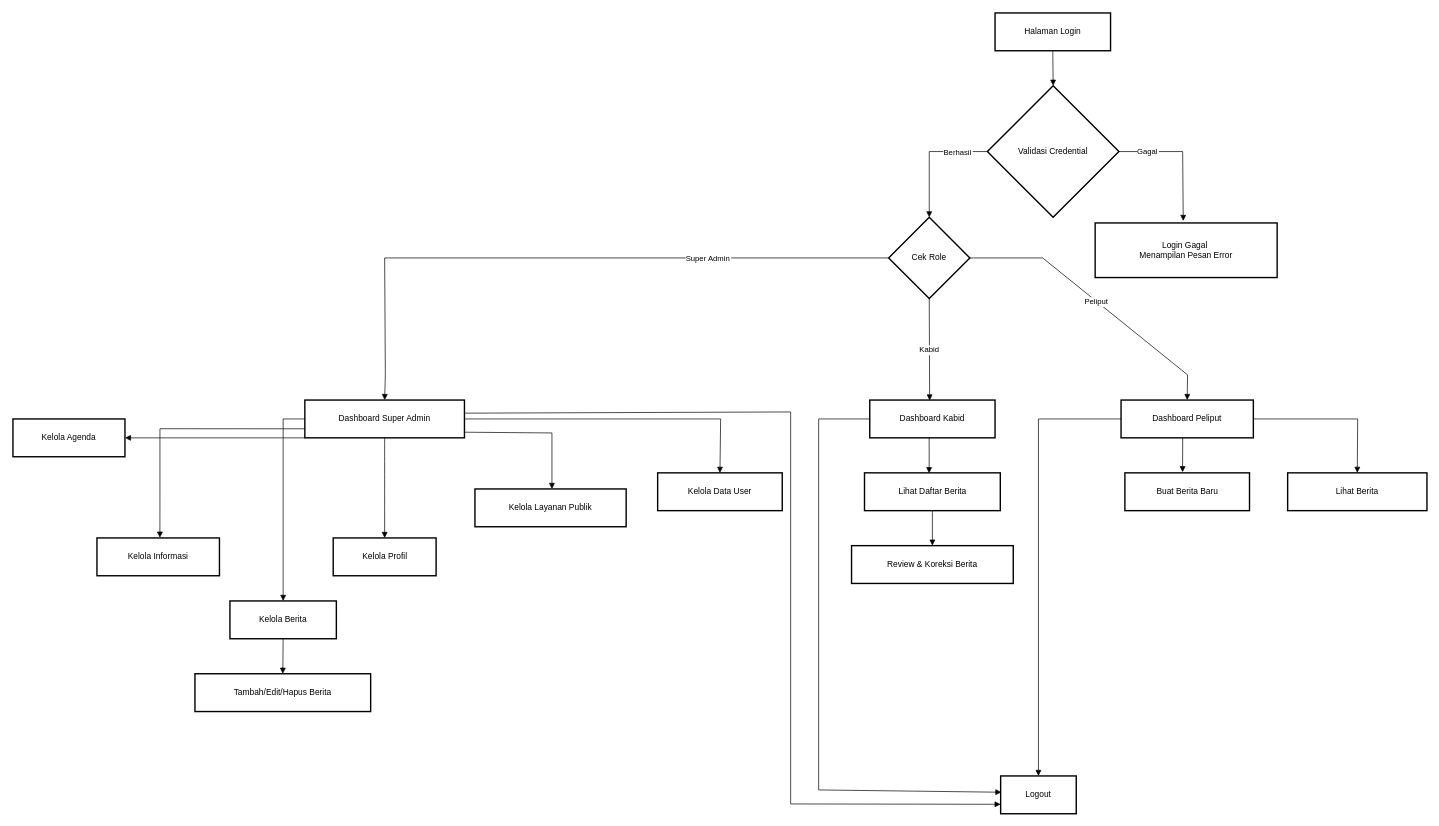
Above: Untitled Diagram.drawio in rifdahumay/websitekotapariaman (draw.io), before the change. Source tidied: cells renumbered, new cells numbered last; positions are measured from the earlier drawing's top-left corner, leaving out a move shared by most shapes. Both pictures are drawn from the tidied source at 70%, with x=0, y=0 at pixel (13, 13).
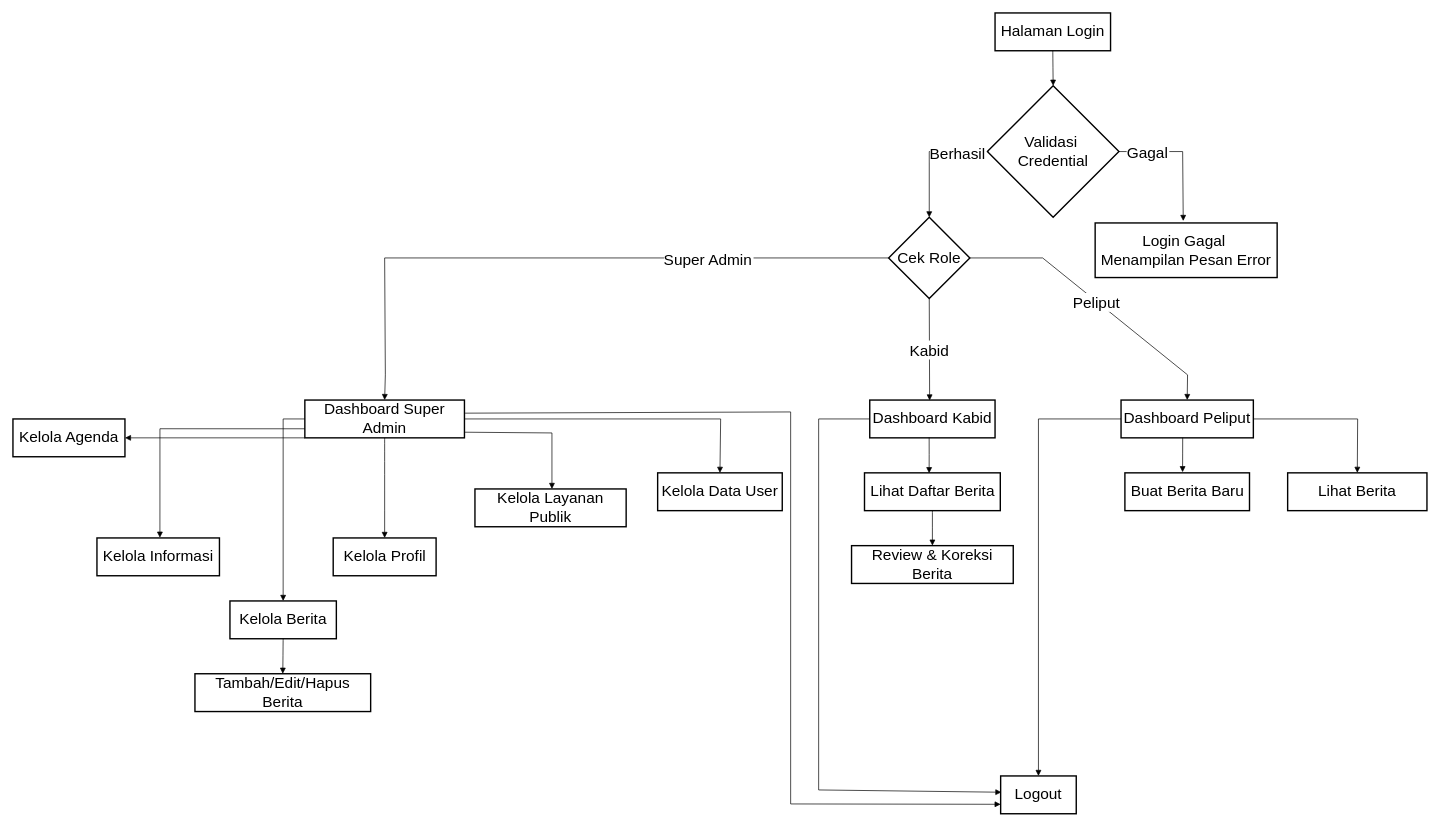
Above is the later version.

What changed in the source:
```diff
@@
-    <mxCell id="2" value="Halaman Login" style="whiteSpace=wrap;strokeWidth=2;" parent="1" vertex="1">
+    <mxCell id="2" value="Halaman Login" style="whiteSpace=wrap;strokeWidth=2;fontSize=22;" parent="1" vertex="1">
       <mxGeometry x="1403" width="165" height="54" as="geometry" />
     </mxCell>
-    <mxCell id="3" value="Validasi Credential" style="rhombus;strokeWidth=2;whiteSpace=wrap;" parent="1" vertex="1">
+    <mxCell id="3" value="Validasi &#10;Credential" style="rhombus;strokeWidth=2;whiteSpace=wrap;fontSize=22;" parent="1" vertex="1">
       <mxGeometry x="1392" y="104" width="188" height="188" as="geometry" />
     </mxCell>
-    <mxCell id="4" value="Cek Role" style="rhombus;strokeWidth=2;whiteSpace=wrap;" parent="1" vertex="1">
+    <mxCell id="4" value="Cek Role" style="rhombus;strokeWidth=2;whiteSpace=wrap;fontSize=22;" parent="1" vertex="1">
       <mxGeometry x="1251" y="292" width="116" height="116" as="geometry" />
     </mxCell>
-    <mxCell id="5" value="Login Gagal &#10;Menampilan Pesan Error" style="whiteSpace=wrap;strokeWidth=2;" parent="1" vertex="1">
+    <mxCell id="5" value="Login Gagal &#10;Menampilan Pesan Error" style="whiteSpace=wrap;strokeWidth=2;fontSize=22;" parent="1" vertex="1">
       <mxGeometry x="1546" y="300" width="260" height="78" as="geometry" />
     </mxCell>
-    <mxCell id="6" value="Dashboard Super Admin" style="whiteSpace=wrap;strokeWidth=2;" parent="1" vertex="1">
+    <mxCell id="6" value="Dashboard Super Admin" style="whiteSpace=wrap;strokeWidth=2;fontSize=22;" parent="1" vertex="1">
       <mxGeometry x="417" y="553" width="228" height="54" as="geometry" />
     </mxCell>
-    <mxCell id="7" value="Dashboard Kabid" style="whiteSpace=wrap;strokeWidth=2;" parent="1" vertex="1">
+    <mxCell id="7" value="Dashboard Kabid" style="whiteSpace=wrap;strokeWidth=2;fontSize=22;" parent="1" vertex="1">
       <mxGeometry x="1224" y="553" width="179" height="54" as="geometry" />
     </mxCell>
-    <mxCell id="8" value="Dashboard Peliput" style="whiteSpace=wrap;strokeWidth=2;" parent="1" vertex="1">
+    <mxCell id="8" value="Dashboard Peliput" style="whiteSpace=wrap;strokeWidth=2;fontSize=22;" parent="1" vertex="1">
       <mxGeometry x="1583" y="553" width="189" height="54" as="geometry" />
     </mxCell>
-    <mxCell id="9" value="Kelola Berita" style="whiteSpace=wrap;strokeWidth=2;" parent="1" vertex="1">
+    <mxCell id="9" value="Kelola Berita" style="whiteSpace=wrap;strokeWidth=2;fontSize=22;" parent="1" vertex="1">
       <mxGeometry x="310" y="840" width="152" height="54" as="geometry" />
     </mxCell>
-    <mxCell id="10" value="Kelola Informasi" style="whiteSpace=wrap;strokeWidth=2;" parent="1" vertex="1">
+    <mxCell id="10" value="Kelola Informasi" style="whiteSpace=wrap;strokeWidth=2;fontSize=22;" parent="1" vertex="1">
       <mxGeometry x="120" y="750" width="175" height="54" as="geometry" />
     </mxCell>
-    <mxCell id="11" value="Kelola Agenda" style="whiteSpace=wrap;strokeWidth=2;" parent="1" vertex="1">
+    <mxCell id="11" value="Kelola Agenda" style="whiteSpace=wrap;strokeWidth=2;fontSize=22;" parent="1" vertex="1">
       <mxGeometry y="580" width="160" height="54" as="geometry" />
     </mxCell>
-    <mxCell id="12" value="Kelola Profil" style="whiteSpace=wrap;strokeWidth=2;" parent="1" vertex="1">
+    <mxCell id="12" value="Kelola Profil" style="whiteSpace=wrap;strokeWidth=2;fontSize=22;" parent="1" vertex="1">
       <mxGeometry x="457.5" y="750" width="147" height="54" as="geometry" />
     </mxCell>
-    <mxCell id="13" value="Kelola Layanan Publik" style="whiteSpace=wrap;strokeWidth=2;" parent="1" vertex="1">
+    <mxCell id="13" value="Kelola Layanan Publik" style="whiteSpace=wrap;strokeWidth=2;fontSize=22;" parent="1" vertex="1">
       <mxGeometry x="660" y="680" width="216" height="54" as="geometry" />
     </mxCell>
-    <mxCell id="14" value="Kelola Data User" style="whiteSpace=wrap;strokeWidth=2;" parent="1" vertex="1">
+    <mxCell id="14" value="Kelola Data User" style="whiteSpace=wrap;strokeWidth=2;fontSize=22;" parent="1" vertex="1">
       <mxGeometry x="921" y="657" width="178" height="54" as="geometry" />
     </mxCell>
-    <mxCell id="15" value="Tambah/Edit/Hapus Berita" style="whiteSpace=wrap;strokeWidth=2;" parent="1" vertex="1">
+    <mxCell id="15" value="Tambah/Edit/Hapus Berita" style="whiteSpace=wrap;strokeWidth=2;fontSize=22;" parent="1" vertex="1">
       <mxGeometry x="260" y="944" width="251" height="54" as="geometry" />
     </mxCell>
-    <mxCell id="16" value="Lihat Daftar Berita" style="whiteSpace=wrap;strokeWidth=2;" parent="1" vertex="1">
+    <mxCell id="16" value="Lihat Daftar Berita" style="whiteSpace=wrap;strokeWidth=2;fontSize=22;" parent="1" vertex="1">
       <mxGeometry x="1216.5" y="657" width="194" height="54" as="geometry" />
     </mxCell>
-    <mxCell id="17" value="Review &amp; Koreksi Berita" style="whiteSpace=wrap;strokeWidth=2;" parent="1" vertex="1">
+    <mxCell id="17" value="Review &amp; Koreksi Berita" style="whiteSpace=wrap;strokeWidth=2;fontSize=22;" parent="1" vertex="1">
       <mxGeometry x="1198" y="761" width="231" height="54" as="geometry" />
     </mxCell>
-    <mxCell id="18" value="Buat Berita Baru" style="whiteSpace=wrap;strokeWidth=2;" parent="1" vertex="1">
+    <mxCell id="18" value="Buat Berita Baru" style="whiteSpace=wrap;strokeWidth=2;fontSize=22;" parent="1" vertex="1">
       <mxGeometry x="1588.5" y="657" width="178" height="54" as="geometry" />
     </mxCell>
-    <mxCell id="19" value="Lihat Berita" style="whiteSpace=wrap;strokeWidth=2;" parent="1" vertex="1">
+    <mxCell id="19" value="Lihat Berita" style="whiteSpace=wrap;strokeWidth=2;fontSize=22;" parent="1" vertex="1">
       <mxGeometry x="1821" y="657" width="199" height="54" as="geometry" />
     </mxCell>
-    <mxCell id="20" value="Logout" style="whiteSpace=wrap;strokeWidth=2;" parent="1" vertex="1">
+    <mxCell id="20" value="Logout" style="whiteSpace=wrap;strokeWidth=2;fontSize=22;" parent="1" vertex="1">
       <mxGeometry x="1411" y="1090" width="108" height="54" as="geometry" />
     </mxCell>
-    <mxCell id="21" style="curved=1;startArrow=none;endArrow=block;exitX=0.5;exitY=1;entryX=0.5;entryY=0;rounded=0;" parent="1" edge="1" source="2" target="3">
+    <mxCell id="21" style="curved=1;startArrow=none;endArrow=block;exitX=0.5;exitY=1;entryX=0.5;entryY=0;rounded=0;fontSize=22;" parent="1" edge="1" source="2" target="3">
       <mxGeometry relative="1" as="geometry" />
     </mxCell>
-    <mxCell id="22" value="Berhasil" style="curved=0;startArrow=none;endArrow=block;rounded=0;exitX=0.009;exitY=0.5;exitDx=0;exitDy=0;exitPerimeter=0;entryX=0.5;entryY=0;entryDx=0;entryDy=0;" parent="1" edge="1" source="3" target="4">
+    <mxCell id="22" value="Berhasil" style="curved=0;startArrow=none;endArrow=block;rounded=0;exitX=0.009;exitY=0.5;exitDx=0;exitDy=0;exitPerimeter=0;entryX=0.5;entryY=0;entryDx=0;entryDy=0;fontSize=22;" parent="1" edge="1" source="3" target="4">
       <mxGeometry x="-0.51" y="1" relative="1" as="geometry">
         <Array as="points">
           <mxPoint x="1309" y="198" />
         </Array>
       </mxGeometry>
     </mxCell>
-    <mxCell id="23" value="Gagal" style="curved=0;startArrow=none;endArrow=block;exitX=1;exitY=0.5;entryX=0.484;entryY=-0.036;rounded=0;exitDx=0;exitDy=0;entryDx=0;entryDy=0;entryPerimeter=0;" parent="1" edge="1" source="3" target="5">
+    <mxCell id="23" value="Gagal" style="curved=0;startArrow=none;endArrow=block;exitX=1;exitY=0.5;entryX=0.484;entryY=-0.036;rounded=0;exitDx=0;exitDy=0;entryDx=0;entryDy=0;entryPerimeter=0;fontSize=22;" parent="1" edge="1" source="3" target="5">
       <mxGeometry x="-0.57" relative="1" as="geometry">
         <Array as="points">
           <mxPoint x="1671" y="198" />
         </Array>
       </mxGeometry>
     </mxCell>
-    <mxCell id="24" value="Super Admin" style="curved=0;startArrow=none;endArrow=block;exitX=0;exitY=0.5;entryX=0.5;entryY=0;rounded=0;exitDx=0;exitDy=0;" parent="1" edge="1" source="4" target="6">
+    <mxCell id="24" value="Super Admin" style="curved=0;startArrow=none;endArrow=block;exitX=0;exitY=0.5;entryX=0.5;entryY=0;rounded=0;exitDx=0;exitDy=0;fontSize=22;" parent="1" edge="1" source="4" target="6">
       <mxGeometry x="-0.44" relative="1" as="geometry">
         <Array as="points">
           <mxPoint x="531" y="350" />
           <mxPoint x="532" y="517" />
         </Array>
       </mxGeometry>
     </mxCell>
-    <mxCell id="25" value="Kabid" style="curved=0;startArrow=none;endArrow=block;exitX=0.5;exitY=1;entryX=0.478;entryY=0.011;rounded=0;exitDx=0;exitDy=0;entryDx=0;entryDy=0;entryPerimeter=0;" parent="1" edge="1" source="4" target="7">
+    <mxCell id="25" value="Kabid" style="curved=0;startArrow=none;endArrow=block;exitX=0.5;exitY=1;entryX=0.478;entryY=0.011;rounded=0;exitDx=0;exitDy=0;entryDx=0;entryDy=0;entryPerimeter=0;fontSize=22;" parent="1" edge="1" source="4" target="7">
       <mxGeometry relative="1" as="geometry" />
     </mxCell>
-    <mxCell id="26" value="Peliput" style="curved=0;startArrow=none;endArrow=block;exitX=1;exitY=0.5;entryX=0.5;entryY=0;rounded=0;exitDx=0;exitDy=0;" parent="1" edge="1" source="4" target="8">
+    <mxCell id="26" value="Peliput" style="curved=0;startArrow=none;endArrow=block;exitX=1;exitY=0.5;entryX=0.5;entryY=0;rounded=0;exitDx=0;exitDy=0;fontSize=22;" parent="1" edge="1" source="4" target="8">
       <mxGeometry relative="1" as="geometry">
         <Array as="points">
           <mxPoint x="1471" y="350" />
           <mxPoint x="1678" y="517" />
         </Array>
       </mxGeometry>
     </mxCell>
-    <mxCell id="27" style="curved=0;startArrow=none;endArrow=block;exitX=0;exitY=0.5;entryX=0.5;entryY=0;rounded=0;exitDx=0;exitDy=0;" parent="1" edge="1" source="6" target="9">
+    <mxCell id="27" style="curved=0;startArrow=none;endArrow=block;exitX=0;exitY=0.5;entryX=0.5;entryY=0;rounded=0;exitDx=0;exitDy=0;fontSize=22;" parent="1" edge="1" source="6" target="9">
       <mxGeometry relative="1" as="geometry">
         <Array as="points">
           <mxPoint x="386" y="580" />
           <mxPoint x="386" y="720" />
         </Array>
       </mxGeometry>
     </mxCell>
-    <mxCell id="28" style="curved=0;startArrow=none;endArrow=block;exitX=0;exitY=0.76;entryX=0.514;entryY=-0.007;rounded=0;entryDx=0;entryDy=0;entryPerimeter=0;" parent="1" edge="1" source="6" target="10">
+    <mxCell id="28" style="curved=0;startArrow=none;endArrow=block;exitX=0;exitY=0.76;entryX=0.514;entryY=-0.007;rounded=0;entryDx=0;entryDy=0;entryPerimeter=0;fontSize=22;" parent="1" edge="1" source="6" target="10">
       <mxGeometry relative="1" as="geometry">
         <Array as="points">
           <mxPoint x="210" y="594" />
         </Array>
       </mxGeometry>
     </mxCell>
-    <mxCell id="29" style="curved=0;startArrow=none;endArrow=block;exitX=0;exitY=1;entryX=1;entryY=0.5;rounded=0;exitDx=0;exitDy=0;entryDx=0;entryDy=0;" parent="1" edge="1" source="6" target="11">
+    <mxCell id="29" style="curved=0;startArrow=none;endArrow=block;exitX=0;exitY=1;entryX=1;entryY=0.5;rounded=0;exitDx=0;exitDy=0;entryDx=0;entryDy=0;fontSize=22;" parent="1" edge="1" source="6" target="11">
       <mxGeometry relative="1" as="geometry" />
     </mxCell>
-    <mxCell id="30" style="curved=1;startArrow=none;endArrow=block;exitX=0.5;exitY=1;entryX=0.5;entryY=0;rounded=0;" parent="1" edge="1" source="6" target="12">
+    <mxCell id="30" style="curved=1;startArrow=none;endArrow=block;exitX=0.5;exitY=1;entryX=0.5;entryY=0;rounded=0;fontSize=22;" parent="1" edge="1" source="6" target="12">
       <mxGeometry relative="1" as="geometry" />
     </mxCell>
-    <mxCell id="31" style="curved=0;startArrow=none;endArrow=block;rounded=0;exitX=1.001;exitY=0.851;exitDx=0;exitDy=0;exitPerimeter=0;" parent="1" edge="1" source="6">
+    <mxCell id="31" style="curved=0;startArrow=none;endArrow=block;rounded=0;exitX=1.001;exitY=0.851;exitDx=0;exitDy=0;exitPerimeter=0;fontSize=22;" parent="1" edge="1" source="6">
       <mxGeometry relative="1" as="geometry">
         <mxPoint x="770" y="680" as="targetPoint" />
         <Array as="points">
           <mxPoint x="770" y="600" />
         </Array>
       </mxGeometry>
     </mxCell>
-    <mxCell id="32" style="curved=0;startArrow=none;endArrow=block;exitX=1;exitY=0.5;entryX=0.5;entryY=0;rounded=0;exitDx=0;exitDy=0;" parent="1" edge="1" source="6" target="14">
+    <mxCell id="32" style="curved=0;startArrow=none;endArrow=block;exitX=1;exitY=0.5;entryX=0.5;entryY=0;rounded=0;exitDx=0;exitDy=0;fontSize=22;" parent="1" edge="1" source="6" target="14">
       <mxGeometry relative="1" as="geometry">
         <Array as="points">
           <mxPoint x="1011" y="580" />
         </Array>
       </mxGeometry>
     </mxCell>
-    <mxCell id="33" style="curved=1;startArrow=none;endArrow=block;exitX=0.5;exitY=1;entryX=0.5;entryY=0;rounded=0;" parent="1" edge="1" source="9" target="15">
+    <mxCell id="33" style="curved=1;startArrow=none;endArrow=block;exitX=0.5;exitY=1;entryX=0.5;entryY=0;rounded=0;fontSize=22;" parent="1" edge="1" source="9" target="15">
       <mxGeometry relative="1" as="geometry" />
     </mxCell>
-    <mxCell id="34" style="curved=1;startArrow=none;endArrow=block;exitX=0.5;exitY=1;entryX=0.5;entryY=0;rounded=0;" parent="1" edge="1" source="16" target="17">
+    <mxCell id="34" style="curved=1;startArrow=none;endArrow=block;exitX=0.5;exitY=1;entryX=0.5;entryY=0;rounded=0;fontSize=22;" parent="1" edge="1" source="16" target="17">
       <mxGeometry relative="1" as="geometry" />
     </mxCell>
-    <mxCell id="35" style="curved=0;startArrow=none;endArrow=block;exitX=0.466;exitY=0.998;entryX=0.463;entryY=-0.017;rounded=0;exitDx=0;exitDy=0;entryDx=0;entryDy=0;exitPerimeter=0;entryPerimeter=0;" parent="1" edge="1" source="8" target="18">
+    <mxCell id="35" style="curved=0;startArrow=none;endArrow=block;exitX=0.466;exitY=0.998;entryX=0.463;entryY=-0.017;rounded=0;exitDx=0;exitDy=0;entryDx=0;entryDy=0;exitPerimeter=0;entryPerimeter=0;fontSize=22;" parent="1" edge="1" source="8" target="18">
       <mxGeometry relative="1" as="geometry">
         <Array as="points">
           <mxPoint x="1671" y="630" />
         </Array>
       </mxGeometry>
     </mxCell>
-    <mxCell id="36" style="curved=0;startArrow=none;endArrow=block;exitX=1;exitY=0.5;entryX=0.5;entryY=0;rounded=0;exitDx=0;exitDy=0;entryDx=0;entryDy=0;" parent="1" edge="1" source="8" target="19">
+    <mxCell id="36" style="curved=0;startArrow=none;endArrow=block;exitX=1;exitY=0.5;entryX=0.5;entryY=0;rounded=0;exitDx=0;exitDy=0;entryDx=0;entryDy=0;fontSize=22;" parent="1" edge="1" source="8" target="19">
       <mxGeometry relative="1" as="geometry">
         <Array as="points">
           <mxPoint x="1921" y="580" />
         </Array>
       </mxGeometry>
     </mxCell>
-    <mxCell id="37" style="curved=0;startArrow=none;endArrow=block;exitX=1.004;exitY=0.347;entryX=0;entryY=0.75;rounded=0;exitDx=0;exitDy=0;exitPerimeter=0;entryDx=0;entryDy=0;" parent="1" edge="1" source="6" target="20">
+    <mxCell id="37" style="curved=0;startArrow=none;endArrow=block;exitX=1.004;exitY=0.347;entryX=0;entryY=0.75;rounded=0;exitDx=0;exitDy=0;exitPerimeter=0;entryDx=0;entryDy=0;fontSize=22;" parent="1" edge="1" source="6" target="20">
       <mxGeometry relative="1" as="geometry">
         <Array as="points">
           <mxPoint x="1111" y="570" />
           <mxPoint x="1111" y="1130" />
         </Array>
       </mxGeometry>
     </mxCell>
-    <mxCell id="38" style="curved=0;startArrow=none;endArrow=block;exitX=0;exitY=0.5;entryX=0.01;entryY=0.431;rounded=0;exitDx=0;exitDy=0;entryDx=0;entryDy=0;entryPerimeter=0;" parent="1" edge="1" source="7" target="20">
+    <mxCell id="38" style="curved=0;startArrow=none;endArrow=block;exitX=0;exitY=0.5;entryX=0.01;entryY=0.431;rounded=0;exitDx=0;exitDy=0;entryDx=0;entryDy=0;entryPerimeter=0;fontSize=22;" parent="1" edge="1" source="7" target="20">
       <mxGeometry relative="1" as="geometry">
         <Array as="points">
           <mxPoint x="1151" y="580" />
           <mxPoint x="1151" y="1110" />
         </Array>
       </mxGeometry>
     </mxCell>
-    <mxCell id="39" style="curved=0;startArrow=none;endArrow=block;exitX=0;exitY=0.5;rounded=0;exitDx=0;exitDy=0;entryX=0.5;entryY=0;entryDx=0;entryDy=0;" parent="1" edge="1" source="8" target="20">
+    <mxCell id="39" style="curved=0;startArrow=none;endArrow=block;exitX=0;exitY=0.5;rounded=0;exitDx=0;exitDy=0;entryX=0.5;entryY=0;entryDx=0;entryDy=0;fontSize=22;" parent="1" edge="1" source="8" target="20">
       <mxGeometry relative="1" as="geometry">
         <Array as="points">
           <mxPoint x="1465" y="580" />
         </Array>
       </mxGeometry>
     </mxCell>
-    <mxCell id="40" style="curved=0;startArrow=none;endArrow=block;exitX=0.474;exitY=0.992;entryX=0.476;entryY=0.009;rounded=0;exitDx=0;exitDy=0;entryDx=0;entryDy=0;exitPerimeter=0;entryPerimeter=0;" parent="1" edge="1" source="7" target="16">
+    <mxCell id="40" style="curved=0;startArrow=none;endArrow=block;exitX=0.474;exitY=0.992;entryX=0.476;entryY=0.009;rounded=0;exitDx=0;exitDy=0;entryDx=0;entryDy=0;exitPerimeter=0;entryPerimeter=0;fontSize=22;" parent="1" edge="1" source="7" target="16">
       <mxGeometry relative="1" as="geometry">
         <Array as="points">
           <mxPoint x="1308.9" y="631" />
         </Array>
       </mxGeometry>
     </mxCell>
```
